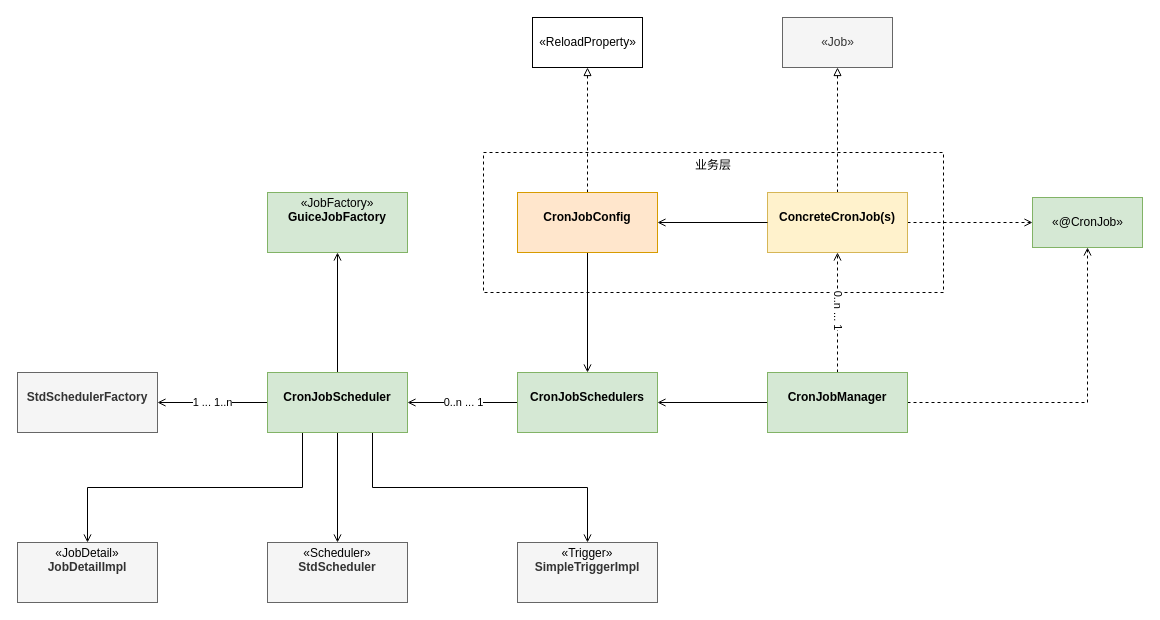
Above: leyan/policy/policy-quartz-component-class-diagram.drawio in GeekKwok/UML (draw.io), before the change. Source tidied: cells renumbered, new cells numbered last; positions are measured from the earlier drawing's top-left corner, leaving out a move shared by most shapes. Both pictures are drawn from the tidied source at 100%, with x=0, y=0 at pixel (17, 17).
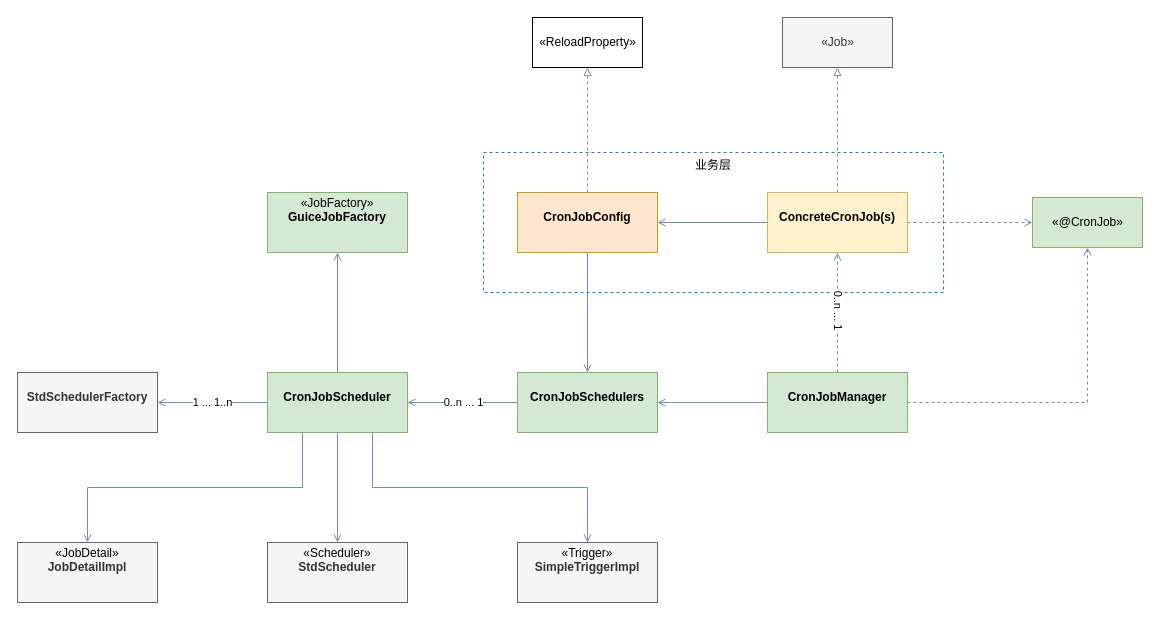
Above is the later version.

The change refers to these unchanged cells:
```xml
<mxCell id="8" value="&lt;p style=&quot;margin: 0px ; margin-top: 4px ; text-align: center&quot;&gt;&lt;br&gt;&lt;b&gt;CronJobManager&lt;/b&gt;&lt;/p&gt;" style="verticalAlign=top;align=left;overflow=fill;fontSize=12;fontFamily=Helvetica;html=1;fillColor=#d5e8d4;strokeColor=#82b366;" parent="1" vertex="1">
  <mxGeometry x="750" y="355" width="140" height="60" as="geometry" />
</mxCell>
<mxCell id="9" value="&lt;p style=&quot;margin: 0px ; margin-top: 4px ; text-align: center&quot;&gt;«JobFactory»&lt;br&gt;&lt;b&gt;GuiceJobFactory&lt;/b&gt;&lt;/p&gt;" style="verticalAlign=top;align=left;overflow=fill;fontSize=12;fontFamily=Helvetica;html=1;fillColor=#d5e8d4;strokeColor=#82b366;" parent="1" vertex="1">
  <mxGeometry x="250" y="175" width="140" height="60" as="geometry" />
</mxCell>
<mxCell id="16" value="&lt;p style=&quot;margin: 0px ; margin-top: 4px ; text-align: center&quot;&gt;&lt;br&gt;&lt;b&gt;CronJobScheduler&lt;/b&gt;&lt;/p&gt;" style="verticalAlign=top;align=left;overflow=fill;fontSize=12;fontFamily=Helvetica;html=1;fillColor=#d5e8d4;strokeColor=#82b366;" parent="1" vertex="1">
  <mxGeometry x="250" y="355" width="140" height="60" as="geometry" />
</mxCell>
<mxCell id="17" value="&lt;p style=&quot;margin: 0px ; margin-top: 4px ; text-align: center&quot;&gt;&lt;span style=&quot;color: rgb(0 , 0 , 0)&quot;&gt;«Scheduler»&lt;/span&gt;&lt;br&gt;&lt;b&gt;StdScheduler&lt;/b&gt;&lt;/p&gt;" style="verticalAlign=top;align=left;overflow=fill;fontSize=12;fontFamily=Helvetica;html=1;fillColor=#f5f5f5;strokeColor=#666666;fontColor=#333333;" parent="1" vertex="1">
  <mxGeometry x="250" y="525" width="140" height="60" as="geometry" />
</mxCell>
<mxCell id="20" value="&lt;p style=&quot;margin: 0px ; margin-top: 4px ; text-align: center&quot;&gt;&lt;br&gt;&lt;b&gt;ConcreteCronJob(s)&lt;/b&gt;&lt;/p&gt;" style="verticalAlign=top;align=left;overflow=fill;fontSize=12;fontFamily=Helvetica;html=1;fillColor=#fff2cc;strokeColor=#d6b656;" parent="1" vertex="1">
  <mxGeometry x="750" y="175" width="140" height="60" as="geometry" />
</mxCell>
<mxCell id="21" value="«@CronJob»" style="html=1;fillColor=#d5e8d4;strokeColor=#82b366;" parent="1" vertex="1">
  <mxGeometry x="1015" y="180" width="110" height="50" as="geometry" />
</mxCell>
<mxCell id="23" value="«ReloadProperty»&lt;br&gt;" style="html=1;" parent="1" vertex="1">
  <mxGeometry x="515" width="110" height="50" as="geometry" />
</mxCell>
<mxCell id="25" value="&lt;p style=&quot;margin: 0px ; margin-top: 4px ; text-align: center&quot;&gt;&lt;br&gt;&lt;b&gt;StdSchedulerFactory&lt;/b&gt;&lt;/p&gt;" style="verticalAlign=top;align=left;overflow=fill;fontSize=12;fontFamily=Helvetica;html=1;fillColor=#f5f5f5;strokeColor=#666666;fontColor=#333333;" parent="1" vertex="1">
  <mxGeometry y="355" width="140" height="60" as="geometry" />
</mxCell>
<mxCell id="26" value="&lt;p style=&quot;margin: 0px ; margin-top: 4px ; text-align: center&quot;&gt;&lt;br&gt;&lt;b&gt;CronJobSchedulers&lt;/b&gt;&lt;/p&gt;" style="verticalAlign=top;align=left;overflow=fill;fontSize=12;fontFamily=Helvetica;html=1;fillColor=#d5e8d4;strokeColor=#82b366;" parent="1" vertex="1">
  <mxGeometry x="500" y="355" width="140" height="60" as="geometry" />
</mxCell>
<mxCell id="29" value="&lt;p style=&quot;margin: 0px ; margin-top: 4px ; text-align: center&quot;&gt;&lt;span style=&quot;color: rgb(0 , 0 , 0)&quot;&gt;«JobDetail»&lt;/span&gt;&lt;br&gt;&lt;b&gt;JobDetailImpl&lt;/b&gt;&lt;/p&gt;" style="verticalAlign=top;align=left;overflow=fill;fontSize=12;fontFamily=Helvetica;html=1;fillColor=#f5f5f5;strokeColor=#666666;fontColor=#333333;" parent="1" vertex="1">
  <mxGeometry y="525" width="140" height="60" as="geometry" />
</mxCell>
<mxCell id="30" value="&lt;p style=&quot;margin: 0px ; margin-top: 4px ; text-align: center&quot;&gt;&lt;span style=&quot;color: rgb(0 , 0 , 0)&quot;&gt;«Trigger»&lt;/span&gt;&lt;br&gt;&lt;b&gt;SimpleTriggerImpl&lt;/b&gt;&lt;/p&gt;" style="verticalAlign=top;align=left;overflow=fill;fontSize=12;fontFamily=Helvetica;html=1;fillColor=#f5f5f5;strokeColor=#666666;fontColor=#333333;" parent="1" vertex="1">
  <mxGeometry x="500" y="525" width="140" height="60" as="geometry" />
</mxCell>
<mxCell id="31" value="&lt;p style=&quot;margin: 0px ; margin-top: 4px ; text-align: center&quot;&gt;&lt;br&gt;&lt;b&gt;CronJobConfig&lt;/b&gt;&lt;/p&gt;" style="verticalAlign=top;align=left;overflow=fill;fontSize=12;fontFamily=Helvetica;html=1;fillColor=#ffe6cc;strokeColor=#d79b00;" parent="1" vertex="1">
  <mxGeometry x="500" y="175" width="140" height="60" as="geometry" />
</mxCell>
<mxCell id="33" value="«Job»" style="html=1;fillColor=#f5f5f5;strokeColor=#666666;fontColor=#333333;" parent="1" vertex="1">
  <mxGeometry x="765" width="110" height="50" as="geometry" />
</mxCell>
```

Change to the diagram source:
```diff
@@
-    <mxCell id="2" value="业务层&lt;br&gt;&lt;br&gt;&lt;br&gt;&lt;br&gt;&lt;br&gt;&lt;br&gt;&lt;br&gt;&lt;br&gt;&lt;br&gt;" style="rounded=0;whiteSpace=wrap;html=1;dashed=1;" parent="1" vertex="1">
+    <mxCell id="2" value="业务层&lt;br&gt;&lt;br&gt;&lt;br&gt;&lt;br&gt;&lt;br&gt;&lt;br&gt;&lt;br&gt;&lt;br&gt;&lt;br&gt;" style="rounded=0;whiteSpace=wrap;html=1;dashed=1;strokeColor=#007FFF;" parent="1" vertex="1">
       <mxGeometry x="466" y="135" width="460" height="140" as="geometry" />
     </mxCell>
-    <mxCell id="3" style="edgeStyle=orthogonalEdgeStyle;rounded=0;jettySize=auto;html=1;exitX=0;exitY=0.5;exitDx=0;exitDy=0;entryX=1;entryY=0.5;entryDx=0;entryDy=0;endArrow=open;endFill=0;" parent="1" edge="1" source="26" target="16">
+    <mxCell id="3" style="edgeStyle=orthogonalEdgeStyle;rounded=0;jettySize=auto;html=1;exitX=0;exitY=0.5;exitDx=0;exitDy=0;entryX=1;entryY=0.5;entryDx=0;entryDy=0;endArrow=open;endFill=0;fillColor=#dae8fc;strokeColor=#6c8ebf;" parent="1" edge="1" source="26" target="16">
       <mxGeometry relative="1" as="geometry">
         <Array as="points">
           <mxPoint x="465" y="385" />
           <mxPoint x="465" y="385" />
         </Array>
       </mxGeometry>
     </mxCell>
@@
-    <mxCell id="5" style="edgeStyle=orthogonalEdgeStyle;rounded=0;jettySize=auto;html=1;exitX=1;exitY=0.5;exitDx=0;exitDy=0;entryX=0.5;entryY=1;entryDx=0;entryDy=0;endArrow=open;endFill=0;dashed=1;" parent="1" edge="1" source="8" target="21">
+    <mxCell id="5" style="edgeStyle=orthogonalEdgeStyle;rounded=0;jettySize=auto;html=1;exitX=1;exitY=0.5;exitDx=0;exitDy=0;entryX=0.5;entryY=1;entryDx=0;entryDy=0;endArrow=open;endFill=0;dashed=1;fillColor=#dae8fc;strokeColor=#6c8ebf;" parent="1" edge="1" source="8" target="21">
       <mxGeometry relative="1" as="geometry" />
     </mxCell>
-    <mxCell id="6" style="edgeStyle=orthogonalEdgeStyle;rounded=0;jumpStyle=arc;jettySize=auto;html=1;exitX=0;exitY=0.5;exitDx=0;exitDy=0;endArrow=open;endFill=0;" parent="1" edge="1" source="8" target="26">
+    <mxCell id="6" style="edgeStyle=orthogonalEdgeStyle;rounded=0;jumpStyle=arc;jettySize=auto;html=1;exitX=0;exitY=0.5;exitDx=0;exitDy=0;endArrow=open;endFill=0;fillColor=#dae8fc;strokeColor=#6c8ebf;" parent="1" edge="1" source="8" target="26">
       <mxGeometry relative="1" as="geometry" />
     </mxCell>
-    <mxCell id="7" style="edgeStyle=orthogonalEdgeStyle;rounded=0;jumpStyle=arc;jettySize=auto;html=1;exitX=0.5;exitY=0;exitDx=0;exitDy=0;entryX=0.5;entryY=1;entryDx=0;entryDy=0;endArrow=open;endFill=0;dashed=1;" parent="1" edge="1" source="8" target="20">
+    <mxCell id="7" style="edgeStyle=orthogonalEdgeStyle;rounded=0;jumpStyle=arc;jettySize=auto;html=1;exitX=0.5;exitY=0;exitDx=0;exitDy=0;entryX=0.5;entryY=1;entryDx=0;entryDy=0;endArrow=open;endFill=0;dashed=1;fillColor=#dae8fc;strokeColor=#6c8ebf;" parent="1" edge="1" source="8" target="20">
       <mxGeometry relative="1" as="geometry" />
     </mxCell>
@@
-    <mxCell id="10" style="edgeStyle=orthogonalEdgeStyle;rounded=0;jettySize=auto;html=1;exitX=0.5;exitY=0;exitDx=0;exitDy=0;entryX=0.5;entryY=1;entryDx=0;entryDy=0;endArrow=open;endFill=0;" parent="1" edge="1" source="16" target="9">
+    <mxCell id="10" style="edgeStyle=orthogonalEdgeStyle;rounded=0;jettySize=auto;html=1;exitX=0.5;exitY=0;exitDx=0;exitDy=0;entryX=0.5;entryY=1;entryDx=0;entryDy=0;endArrow=open;endFill=0;fillColor=#dae8fc;strokeColor=#6c8ebf;" parent="1" edge="1" source="16" target="9">
       <mxGeometry relative="1" as="geometry" />
     </mxCell>
-    <mxCell id="11" style="edgeStyle=orthogonalEdgeStyle;rounded=0;jettySize=auto;html=1;exitX=0.5;exitY=1;exitDx=0;exitDy=0;endArrow=open;endFill=0;" parent="1" edge="1" source="16" target="17">
+    <mxCell id="11" style="edgeStyle=orthogonalEdgeStyle;rounded=0;jettySize=auto;html=1;exitX=0.5;exitY=1;exitDx=0;exitDy=0;endArrow=open;endFill=0;fillColor=#dae8fc;strokeColor=#6c8ebf;" parent="1" edge="1" source="16" target="17">
       <mxGeometry relative="1" as="geometry" />
     </mxCell>
-    <mxCell id="12" style="edgeStyle=orthogonalEdgeStyle;rounded=0;jumpStyle=arc;jettySize=auto;html=1;exitX=0;exitY=0.5;exitDx=0;exitDy=0;entryX=1;entryY=0.5;entryDx=0;entryDy=0;endArrow=open;endFill=0;" parent="1" edge="1" source="16" target="25">
+    <mxCell id="12" style="edgeStyle=orthogonalEdgeStyle;rounded=0;jumpStyle=arc;jettySize=auto;html=1;exitX=0;exitY=0.5;exitDx=0;exitDy=0;entryX=1;entryY=0.5;entryDx=0;entryDy=0;endArrow=open;endFill=0;fillColor=#dae8fc;strokeColor=#6c8ebf;" parent="1" edge="1" source="16" target="25">
       <mxGeometry relative="1" as="geometry" />
     </mxCell>
@@
-    <mxCell id="14" style="edgeStyle=orthogonalEdgeStyle;rounded=0;jumpStyle=arc;jettySize=auto;html=1;exitX=0.25;exitY=1;exitDx=0;exitDy=0;entryX=0.5;entryY=0;entryDx=0;entryDy=0;endArrow=open;endFill=0;" parent="1" edge="1" source="16" target="29">
+    <mxCell id="14" style="edgeStyle=orthogonalEdgeStyle;rounded=0;jumpStyle=arc;jettySize=auto;html=1;exitX=0.25;exitY=1;exitDx=0;exitDy=0;entryX=0.5;entryY=0;entryDx=0;entryDy=0;endArrow=open;endFill=0;fillColor=#dae8fc;strokeColor=#6c8ebf;" parent="1" edge="1" source="16" target="29">
       <mxGeometry relative="1" as="geometry" />
     </mxCell>
-    <mxCell id="15" style="edgeStyle=orthogonalEdgeStyle;rounded=0;jumpStyle=arc;jettySize=auto;html=1;exitX=0.75;exitY=1;exitDx=0;exitDy=0;endArrow=open;endFill=0;" parent="1" edge="1" source="16" target="30">
+    <mxCell id="15" style="edgeStyle=orthogonalEdgeStyle;rounded=0;jumpStyle=arc;jettySize=auto;html=1;exitX=0.75;exitY=1;exitDx=0;exitDy=0;endArrow=open;endFill=0;fillColor=#dae8fc;strokeColor=#6c8ebf;" parent="1" edge="1" source="16" target="30">
       <mxGeometry relative="1" as="geometry" />
     </mxCell>
@@
-    <mxCell id="18" style="edgeStyle=orthogonalEdgeStyle;rounded=0;jettySize=auto;html=1;exitX=1;exitY=0.5;exitDx=0;exitDy=0;entryX=0;entryY=0.5;entryDx=0;entryDy=0;dashed=1;endArrow=open;endFill=0;" parent="1" edge="1" source="20" target="21">
+    <mxCell id="18" style="edgeStyle=orthogonalEdgeStyle;rounded=0;jettySize=auto;html=1;exitX=1;exitY=0.5;exitDx=0;exitDy=0;entryX=0;entryY=0.5;entryDx=0;entryDy=0;dashed=1;endArrow=open;endFill=0;fillColor=#dae8fc;strokeColor=#6c8ebf;" parent="1" edge="1" source="20" target="21">
       <mxGeometry relative="1" as="geometry" />
     </mxCell>
-    <mxCell id="19" style="edgeStyle=orthogonalEdgeStyle;rounded=0;jettySize=auto;html=1;exitX=0.5;exitY=0;exitDx=0;exitDy=0;entryX=0.5;entryY=1;entryDx=0;entryDy=0;dashed=1;endArrow=block;endFill=0;" parent="1" edge="1" source="20" target="33">
+    <mxCell id="19" style="edgeStyle=orthogonalEdgeStyle;rounded=0;jettySize=auto;html=1;exitX=0.5;exitY=0;exitDx=0;exitDy=0;entryX=0.5;entryY=1;entryDx=0;entryDy=0;dashed=1;endArrow=block;endFill=0;fillColor=#dae8fc;strokeColor=#6c8ebf;" parent="1" edge="1" source="20" target="33">
       <mxGeometry relative="1" as="geometry" />
     </mxCell>
@@
-    <mxCell id="22" style="edgeStyle=orthogonalEdgeStyle;rounded=0;jumpStyle=arc;jettySize=auto;html=1;exitX=0.5;exitY=1;exitDx=0;exitDy=0;entryX=0.5;entryY=0;entryDx=0;entryDy=0;endArrow=open;endFill=0;" parent="1" edge="1" source="31" target="26">
+    <mxCell id="22" style="edgeStyle=orthogonalEdgeStyle;rounded=0;jumpStyle=arc;jettySize=auto;html=1;exitX=0.5;exitY=1;exitDx=0;exitDy=0;entryX=0.5;entryY=0;entryDx=0;entryDy=0;endArrow=open;endFill=0;fillColor=#dae8fc;strokeColor=#6c8ebf;" parent="1" edge="1" source="31" target="26">
       <mxGeometry relative="1" as="geometry" />
     </mxCell>
@@
-    <mxCell id="24" style="edgeStyle=orthogonalEdgeStyle;rounded=0;jettySize=auto;html=1;entryX=0.5;entryY=1;entryDx=0;entryDy=0;dashed=1;endArrow=block;endFill=0;" parent="1" edge="1" source="31" target="23">
+    <mxCell id="24" style="edgeStyle=orthogonalEdgeStyle;rounded=0;jettySize=auto;html=1;entryX=0.5;entryY=1;entryDx=0;entryDy=0;dashed=1;endArrow=block;endFill=0;fillColor=#dae8fc;strokeColor=#6c8ebf;" parent="1" edge="1" source="31" target="23">
       <mxGeometry relative="1" as="geometry" />
     </mxCell>
@@
-    <mxCell id="32" style="edgeStyle=orthogonalEdgeStyle;rounded=0;jumpStyle=arc;jettySize=auto;html=1;exitX=0;exitY=0.5;exitDx=0;exitDy=0;entryX=1;entryY=0.5;entryDx=0;entryDy=0;endArrow=open;endFill=0;" parent="1" edge="1" source="20" target="31">
+    <mxCell id="32" style="edgeStyle=orthogonalEdgeStyle;rounded=0;jumpStyle=arc;jettySize=auto;html=1;exitX=0;exitY=0.5;exitDx=0;exitDy=0;entryX=1;entryY=0.5;entryDx=0;entryDy=0;endArrow=open;endFill=0;fillColor=#dae8fc;strokeColor=#6c8ebf;" parent="1" edge="1" source="20" target="31">
       <mxGeometry relative="1" as="geometry" />
     </mxCell>
```
